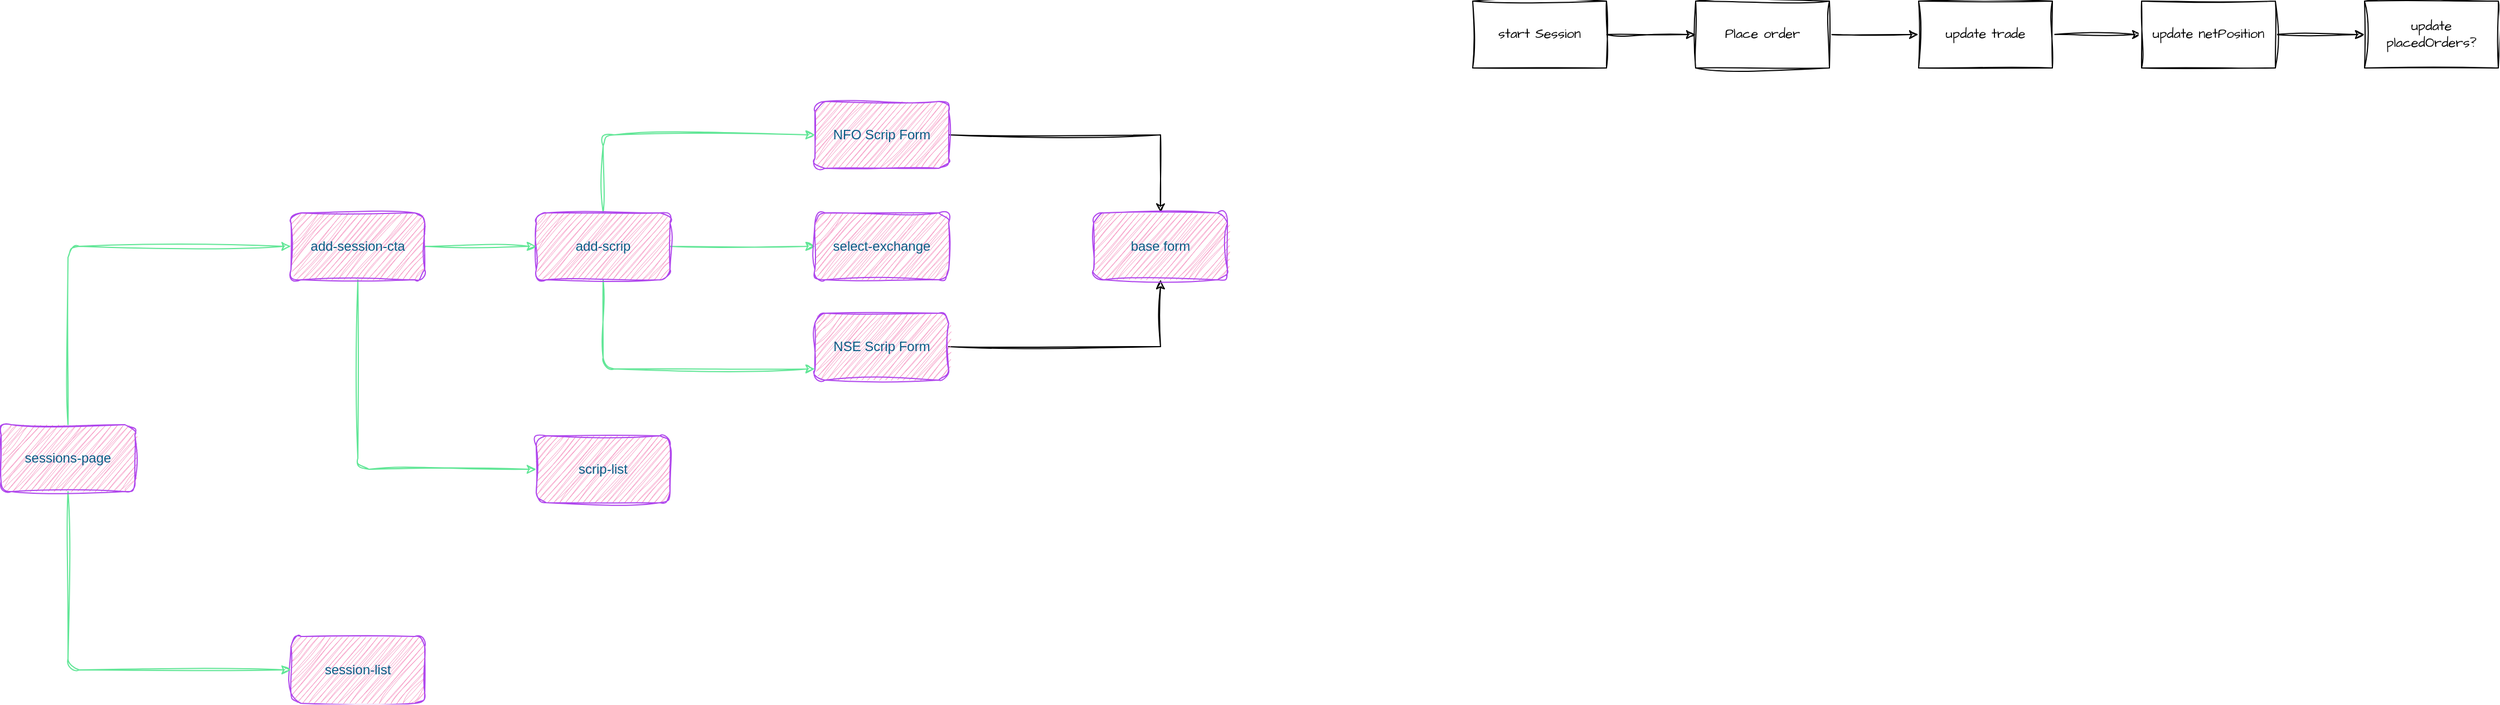
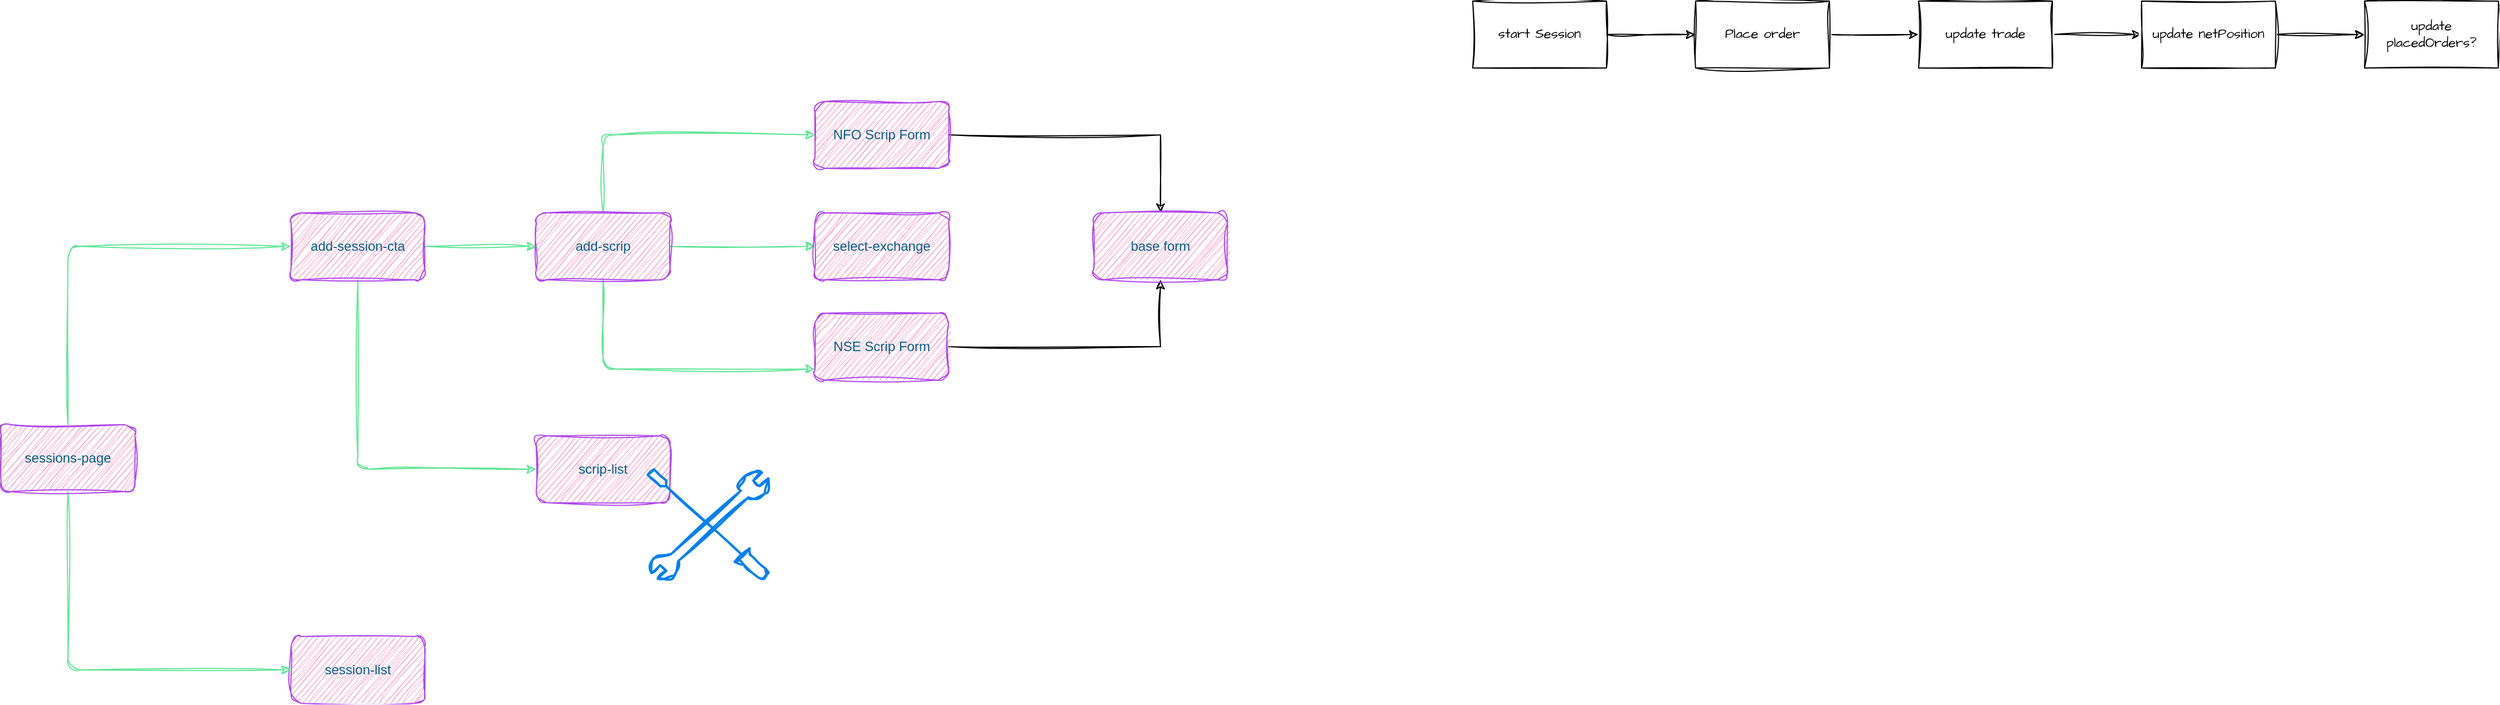
<mxfile host="app.diagrams.net" pages="5">
  <diagram id="wPQbEJP3DVO_ncDqMHqx" name="Sessions Page">
-     <mxGraphModel dx="2793" dy="1443" grid="1" gridSize="10" guides="1" tooltips="1" connect="1" arrows="1" fold="1" page="0" pageScale="1" pageWidth="402" pageHeight="874" math="0" shadow="0">
+     <mxGraphModel dx="2408" dy="1443" grid="1" gridSize="10" guides="1" tooltips="1" connect="1" arrows="1" fold="1" page="0" pageScale="1" pageWidth="402" pageHeight="874" math="0" shadow="0">
      <root>
        <mxCell id="0" />
        <mxCell id="1" parent="0" />
        <mxCell id="DB1AKVm6qyutKQlFYAWD-6" edge="1" parent="1" source="DB1AKVm6qyutKQlFYAWD-1" style="edgeStyle=orthogonalEdgeStyle;rounded=1;orthogonalLoop=1;jettySize=auto;html=1;sketch=1;curveFitting=1;jiggle=2;labelBackgroundColor=none;strokeColor=#60E696;fontColor=default;" target="DB1AKVm6qyutKQlFYAWD-5" value="">
          <mxGeometry relative="1" as="geometry" />
        </mxCell>
        <mxCell id="DB1AKVm6qyutKQlFYAWD-8" edge="1" parent="1" source="DB1AKVm6qyutKQlFYAWD-1" style="edgeStyle=orthogonalEdgeStyle;rounded=1;orthogonalLoop=1;jettySize=auto;html=1;sketch=1;curveFitting=1;jiggle=2;labelBackgroundColor=none;strokeColor=#60E696;fontColor=default;" target="DB1AKVm6qyutKQlFYAWD-7" value="">
          <mxGeometry relative="1" as="geometry">
            <Array as="points">
              <mxPoint x="120" y="270" />
            </Array>
          </mxGeometry>
        </mxCell>
        <mxCell id="DB1AKVm6qyutKQlFYAWD-10" edge="1" parent="1" source="DB1AKVm6qyutKQlFYAWD-1" style="edgeStyle=orthogonalEdgeStyle;rounded=1;orthogonalLoop=1;jettySize=auto;html=1;sketch=1;curveFitting=1;jiggle=2;labelBackgroundColor=none;strokeColor=#60E696;fontColor=default;" target="DB1AKVm6qyutKQlFYAWD-9" value="">
          <mxGeometry relative="1" as="geometry">
            <Array as="points">
              <mxPoint x="120" y="60" />
            </Array>
          </mxGeometry>
        </mxCell>
        <mxCell id="DB1AKVm6qyutKQlFYAWD-1" parent="1" style="rounded=1;whiteSpace=wrap;html=1;sketch=1;curveFitting=1;jiggle=2;labelBackgroundColor=none;fillColor=#F694C1;strokeColor=#AF45ED;fontColor=#095C86;" value="add-scrip" vertex="1">
          <mxGeometry height="60" width="120" x="60" y="130" as="geometry" />
        </mxCell>
        <mxCell id="DB1AKVm6qyutKQlFYAWD-4" edge="1" parent="1" source="DB1AKVm6qyutKQlFYAWD-3" style="edgeStyle=orthogonalEdgeStyle;rounded=1;orthogonalLoop=1;jettySize=auto;html=1;sketch=1;curveFitting=1;jiggle=2;labelBackgroundColor=none;strokeColor=#60E696;fontColor=default;" target="DB1AKVm6qyutKQlFYAWD-1" value="">
          <mxGeometry relative="1" as="geometry" />
        </mxCell>
        <mxCell id="DB1AKVm6qyutKQlFYAWD-12" edge="1" parent="1" source="DB1AKVm6qyutKQlFYAWD-3" style="edgeStyle=orthogonalEdgeStyle;rounded=1;orthogonalLoop=1;jettySize=auto;html=1;sketch=1;curveFitting=1;jiggle=2;labelBackgroundColor=none;strokeColor=#60E696;fontColor=default;" target="DB1AKVm6qyutKQlFYAWD-11" value="">
          <mxGeometry relative="1" as="geometry">
            <Array as="points">
              <mxPoint x="-100" y="360" />
            </Array>
          </mxGeometry>
        </mxCell>
        <mxCell id="DB1AKVm6qyutKQlFYAWD-3" parent="1" style="rounded=1;whiteSpace=wrap;html=1;sketch=1;curveFitting=1;jiggle=2;labelBackgroundColor=none;fillColor=#F694C1;strokeColor=#AF45ED;fontColor=#095C86;" value="add-session-cta" vertex="1">
          <mxGeometry height="60" width="120" x="-160" y="130" as="geometry" />
        </mxCell>
        <mxCell id="DB1AKVm6qyutKQlFYAWD-5" parent="1" style="whiteSpace=wrap;html=1;rounded=1;sketch=1;curveFitting=1;jiggle=2;labelBackgroundColor=none;fillColor=#F694C1;strokeColor=#AF45ED;fontColor=#095C86;" value="select-exchange" vertex="1">
          <mxGeometry height="60" width="120" x="310" y="130" as="geometry" />
        </mxCell>
        <mxCell id="ouMAoqMrmdJ_XqpmxOQB-3" edge="1" parent="1" source="DB1AKVm6qyutKQlFYAWD-7" style="edgeStyle=orthogonalEdgeStyle;rounded=0;sketch=1;hachureGap=4;jiggle=2;curveFitting=1;orthogonalLoop=1;jettySize=auto;html=1;fontFamily=Architects Daughter;fontSource=https%3A%2F%2Ffonts.googleapis.com%2Fcss%3Ffamily%3DArchitects%2BDaughter;" target="ouMAoqMrmdJ_XqpmxOQB-1">
          <mxGeometry relative="1" as="geometry" />
        </mxCell>
        <mxCell id="DB1AKVm6qyutKQlFYAWD-7" parent="1" style="whiteSpace=wrap;html=1;rounded=1;sketch=1;curveFitting=1;jiggle=2;labelBackgroundColor=none;fillColor=#F694C1;strokeColor=#AF45ED;fontColor=#095C86;" value="NSE Scrip Form" vertex="1">
          <mxGeometry height="60" width="120" x="310" y="220" as="geometry" />
        </mxCell>
        <mxCell id="ouMAoqMrmdJ_XqpmxOQB-2" edge="1" parent="1" source="DB1AKVm6qyutKQlFYAWD-9" style="edgeStyle=orthogonalEdgeStyle;rounded=0;sketch=1;hachureGap=4;jiggle=2;curveFitting=1;orthogonalLoop=1;jettySize=auto;html=1;fontFamily=Architects Daughter;fontSource=https%3A%2F%2Ffonts.googleapis.com%2Fcss%3Ffamily%3DArchitects%2BDaughter;" target="ouMAoqMrmdJ_XqpmxOQB-1" value="">
          <mxGeometry relative="1" as="geometry" />
        </mxCell>
        <mxCell id="DB1AKVm6qyutKQlFYAWD-9" parent="1" style="whiteSpace=wrap;html=1;rounded=1;sketch=1;curveFitting=1;jiggle=2;labelBackgroundColor=none;fillColor=#F694C1;strokeColor=#AF45ED;fontColor=#095C86;" value="NFO Scrip Form" vertex="1">
          <mxGeometry height="60" width="120" x="310" y="30" as="geometry" />
        </mxCell>
        <mxCell id="DB1AKVm6qyutKQlFYAWD-11" parent="1" style="whiteSpace=wrap;html=1;rounded=1;sketch=1;curveFitting=1;jiggle=2;labelBackgroundColor=none;fillColor=#F694C1;strokeColor=#AF45ED;fontColor=#095C86;" value="scrip-list" vertex="1">
          <mxGeometry height="60" width="120" x="60" y="330" as="geometry" />
        </mxCell>
        <mxCell id="DB1AKVm6qyutKQlFYAWD-13" parent="1" style="rounded=1;whiteSpace=wrap;html=1;sketch=1;curveFitting=1;jiggle=2;labelBackgroundColor=none;fillColor=#F694C1;strokeColor=#AF45ED;fontColor=#095C86;" value="session-list" vertex="1">
          <mxGeometry height="60" width="120" x="-160" y="510" as="geometry" />
        </mxCell>
        <mxCell id="DB1AKVm6qyutKQlFYAWD-15" edge="1" parent="1" source="DB1AKVm6qyutKQlFYAWD-14" style="edgeStyle=orthogonalEdgeStyle;rounded=1;sketch=1;hachureGap=4;jiggle=2;curveFitting=1;orthogonalLoop=1;jettySize=auto;html=1;entryX=0;entryY=0.5;entryDx=0;entryDy=0;strokeColor=#60E696;fontFamily=Architects Daughter;fontSource=https%3A%2F%2Ffonts.googleapis.com%2Fcss%3Ffamily%3DArchitects%2BDaughter;fontColor=#095C86;fillColor=#F694C1;" target="DB1AKVm6qyutKQlFYAWD-3">
          <mxGeometry relative="1" as="geometry">
            <Array as="points">
              <mxPoint x="-360" y="160" />
            </Array>
          </mxGeometry>
        </mxCell>
        <mxCell id="DB1AKVm6qyutKQlFYAWD-18" edge="1" parent="1" source="DB1AKVm6qyutKQlFYAWD-14" style="edgeStyle=orthogonalEdgeStyle;rounded=1;sketch=1;hachureGap=4;jiggle=2;curveFitting=1;orthogonalLoop=1;jettySize=auto;html=1;entryX=0;entryY=0.5;entryDx=0;entryDy=0;strokeColor=#60E696;fontFamily=Architects Daughter;fontSource=https%3A%2F%2Ffonts.googleapis.com%2Fcss%3Ffamily%3DArchitects%2BDaughter;fontColor=#095C86;fillColor=#F694C1;" target="DB1AKVm6qyutKQlFYAWD-13">
          <mxGeometry relative="1" as="geometry">
            <Array as="points">
              <mxPoint x="-360" y="540" />
            </Array>
          </mxGeometry>
        </mxCell>
        <mxCell id="DB1AKVm6qyutKQlFYAWD-14" parent="1" style="rounded=1;whiteSpace=wrap;html=1;sketch=1;curveFitting=1;jiggle=2;labelBackgroundColor=none;fillColor=#F694C1;strokeColor=#AF45ED;fontColor=#095C86;" value="sessions-page" vertex="1">
          <mxGeometry height="60" width="120" x="-420" y="320" as="geometry" />
        </mxCell>
        <mxCell id="ouMAoqMrmdJ_XqpmxOQB-1" parent="1" style="whiteSpace=wrap;html=1;fillColor=#F694C1;strokeColor=#AF45ED;fontColor=#095C86;rounded=1;sketch=1;curveFitting=1;jiggle=2;labelBackgroundColor=none;" value="base form" vertex="1">
          <mxGeometry height="60" width="120" x="560" y="130" as="geometry" />
        </mxCell>
        <mxCell id="ouMAoqMrmdJ_XqpmxOQB-6" edge="1" parent="1" source="ouMAoqMrmdJ_XqpmxOQB-4" style="edgeStyle=orthogonalEdgeStyle;rounded=0;sketch=1;hachureGap=4;jiggle=2;curveFitting=1;orthogonalLoop=1;jettySize=auto;html=1;fontFamily=Architects Daughter;fontSource=https%3A%2F%2Ffonts.googleapis.com%2Fcss%3Ffamily%3DArchitects%2BDaughter;" target="ouMAoqMrmdJ_XqpmxOQB-5" value="">
          <mxGeometry relative="1" as="geometry" />
        </mxCell>
        <mxCell id="ouMAoqMrmdJ_XqpmxOQB-4" parent="1" style="whiteSpace=wrap;html=1;sketch=1;hachureGap=4;jiggle=2;curveFitting=1;fontFamily=Architects Daughter;fontSource=https%3A%2F%2Ffonts.googleapis.com%2Fcss%3Ffamily%3DArchitects%2BDaughter;" value="start Session" vertex="1">
          <mxGeometry height="60" width="120" x="900" y="-60" as="geometry" />
        </mxCell>
        <mxCell id="ouMAoqMrmdJ_XqpmxOQB-8" edge="1" parent="1" source="ouMAoqMrmdJ_XqpmxOQB-5" style="edgeStyle=orthogonalEdgeStyle;rounded=0;sketch=1;hachureGap=4;jiggle=2;curveFitting=1;orthogonalLoop=1;jettySize=auto;html=1;fontFamily=Architects Daughter;fontSource=https%3A%2F%2Ffonts.googleapis.com%2Fcss%3Ffamily%3DArchitects%2BDaughter;" target="ouMAoqMrmdJ_XqpmxOQB-7" value="">
          <mxGeometry relative="1" as="geometry" />
        </mxCell>
        <mxCell id="ouMAoqMrmdJ_XqpmxOQB-5" parent="1" style="whiteSpace=wrap;html=1;fontFamily=Architects Daughter;sketch=1;hachureGap=4;jiggle=2;curveFitting=1;fontSource=https%3A%2F%2Ffonts.googleapis.com%2Fcss%3Ffamily%3DArchitects%2BDaughter;" value="Place order" vertex="1">
          <mxGeometry height="60" width="120" x="1100" y="-60" as="geometry" />
        </mxCell>
        <mxCell id="ouMAoqMrmdJ_XqpmxOQB-10" edge="1" parent="1" source="ouMAoqMrmdJ_XqpmxOQB-7" style="edgeStyle=orthogonalEdgeStyle;rounded=0;sketch=1;hachureGap=4;jiggle=2;curveFitting=1;orthogonalLoop=1;jettySize=auto;html=1;fontFamily=Architects Daughter;fontSource=https%3A%2F%2Ffonts.googleapis.com%2Fcss%3Ffamily%3DArchitects%2BDaughter;" target="ouMAoqMrmdJ_XqpmxOQB-9" value="">
          <mxGeometry relative="1" as="geometry" />
        </mxCell>
        <mxCell id="ouMAoqMrmdJ_XqpmxOQB-7" parent="1" style="whiteSpace=wrap;html=1;fontFamily=Architects Daughter;sketch=1;hachureGap=4;jiggle=2;curveFitting=1;fontSource=https%3A%2F%2Ffonts.googleapis.com%2Fcss%3Ffamily%3DArchitects%2BDaughter;" value="update trade" vertex="1">
          <mxGeometry height="60" width="120" x="1300" y="-60" as="geometry" />
        </mxCell>
        <mxCell id="ouMAoqMrmdJ_XqpmxOQB-12" edge="1" parent="1" source="ouMAoqMrmdJ_XqpmxOQB-9" style="edgeStyle=orthogonalEdgeStyle;rounded=0;sketch=1;hachureGap=4;jiggle=2;curveFitting=1;orthogonalLoop=1;jettySize=auto;html=1;fontFamily=Architects Daughter;fontSource=https%3A%2F%2Ffonts.googleapis.com%2Fcss%3Ffamily%3DArchitects%2BDaughter;" target="ouMAoqMrmdJ_XqpmxOQB-11" value="">
          <mxGeometry relative="1" as="geometry" />
        </mxCell>
        <mxCell id="ouMAoqMrmdJ_XqpmxOQB-9" parent="1" style="whiteSpace=wrap;html=1;fontFamily=Architects Daughter;sketch=1;hachureGap=4;jiggle=2;curveFitting=1;fontSource=https%3A%2F%2Ffonts.googleapis.com%2Fcss%3Ffamily%3DArchitects%2BDaughter;" value="update netPosition" vertex="1">
          <mxGeometry height="60" width="120" x="1500" y="-60" as="geometry" />
        </mxCell>
        <mxCell id="ouMAoqMrmdJ_XqpmxOQB-11" parent="1" style="whiteSpace=wrap;html=1;fontFamily=Architects Daughter;sketch=1;hachureGap=4;jiggle=2;curveFitting=1;fontSource=https%3A%2F%2Ffonts.googleapis.com%2Fcss%3Ffamily%3DArchitects%2BDaughter;" value="update placedOrders?" vertex="1">
          <mxGeometry height="60" width="120" x="1700" y="-60" as="geometry" />
        </mxCell>
+         <mxCell id="ouMAoqMrmdJ_XqpmxOQB-13" parent="1" style="html=1;verticalLabelPosition=bottom;align=center;labelBackgroundColor=#ffffff;verticalAlign=top;strokeWidth=2;strokeColor=#0080F0;shadow=0;dashed=0;shape=mxgraph.ios7.icons.tools;pointerEvents=1;sketch=1;hachureGap=4;jiggle=2;curveFitting=1;fontFamily=Architects Daughter;fontSource=https%3A%2F%2Ffonts.googleapis.com%2Fcss%3Ffamily%3DArchitects%2BDaughter;" value="" vertex="1">
+           <mxGeometry height="100" width="110" x="160" y="360" as="geometry" />
+         </mxCell>
      </root>
    </mxGraphModel>
  </diagram>
  <diagram id="YVkBlKKJ4RNEtawBKbZk" name="Session">
    <mxGraphModel dx="1357" dy="626" grid="1" gridSize="10" guides="1" tooltips="1" connect="1" arrows="1" fold="1" page="0" pageScale="1" pageWidth="402" pageHeight="874" math="0" shadow="0">
      <root>
        <mxCell id="0" />
        <mxCell id="1" parent="0" />
        <mxCell id="b8iQl_XISdQ6rZ6kNcMQ-3" edge="1" parent="1" source="b8iQl_XISdQ6rZ6kNcMQ-1" style="edgeStyle=orthogonalEdgeStyle;rounded=0;orthogonalLoop=1;jettySize=auto;html=1;" target="b8iQl_XISdQ6rZ6kNcMQ-2" value="">
          <mxGeometry relative="1" as="geometry" />
        </mxCell>
        <mxCell id="b8iQl_XISdQ6rZ6kNcMQ-1" parent="1" style="rounded=1;whiteSpace=wrap;html=1;" value="start session" vertex="1">
          <mxGeometry height="60" width="120" x="-200" y="80" as="geometry" />
        </mxCell>
        <mxCell id="b8iQl_XISdQ6rZ6kNcMQ-5" edge="1" parent="1" source="b8iQl_XISdQ6rZ6kNcMQ-2" style="edgeStyle=orthogonalEdgeStyle;rounded=0;orthogonalLoop=1;jettySize=auto;html=1;" target="b8iQl_XISdQ6rZ6kNcMQ-4" value="">
          <mxGeometry relative="1" as="geometry" />
        </mxCell>
        <mxCell id="b8iQl_XISdQ6rZ6kNcMQ-2" parent="1" style="whiteSpace=wrap;html=1;rounded=1;" value="place orders&amp;nbsp;&lt;br&gt;(all or none)" vertex="1">
          <mxGeometry height="60" width="120" y="80" as="geometry" />
        </mxCell>
        <mxCell id="b8iQl_XISdQ6rZ6kNcMQ-7" edge="1" parent="1" source="b8iQl_XISdQ6rZ6kNcMQ-4" style="edgeStyle=orthogonalEdgeStyle;rounded=0;orthogonalLoop=1;jettySize=auto;html=1;" target="b8iQl_XISdQ6rZ6kNcMQ-6" value="">
          <mxGeometry relative="1" as="geometry" />
        </mxCell>
        <mxCell id="b8iQl_XISdQ6rZ6kNcMQ-4" parent="1" style="whiteSpace=wrap;html=1;rounded=1;" value="update margins" vertex="1">
          <mxGeometry height="60" width="120" x="200" y="80" as="geometry" />
        </mxCell>
        <mxCell id="b8iQl_XISdQ6rZ6kNcMQ-6" parent="1" style="whiteSpace=wrap;html=1;rounded=1;" value="create session" vertex="1">
          <mxGeometry height="60" width="120" x="200" y="200" as="geometry" />
        </mxCell>
        <mxCell id="b8iQl_XISdQ6rZ6kNcMQ-8" parent="1" style="rounded=1;whiteSpace=wrap;html=1;fillColor=#fff2cc;strokeColor=#d6b656;" value="firebase" vertex="1">
          <mxGeometry height="40" width="80" x="300" y="190" as="geometry" />
        </mxCell>
        <mxCell id="b8iQl_XISdQ6rZ6kNcMQ-9" parent="1" style="rounded=1;whiteSpace=wrap;html=1;fillColor=#fff2cc;strokeColor=#d6b656;" value="kite" vertex="1">
          <mxGeometry height="40" width="80" x="80" y="50" as="geometry" />
        </mxCell>
        <mxCell id="b8iQl_XISdQ6rZ6kNcMQ-10" parent="1" style="rounded=1;whiteSpace=wrap;html=1;fillColor=#fff2cc;strokeColor=#d6b656;" value="firebase" vertex="1">
          <mxGeometry height="40" width="80" x="290" y="60" as="geometry" />
        </mxCell>
      </root>
    </mxGraphModel>
  </diagram>
  <diagram id="4KjMPYYtLXdBkkJX1B08" name="Auth">
    <mxGraphModel dx="1276" dy="835" grid="0" gridSize="10" guides="1" tooltips="1" connect="1" arrows="1" fold="1" page="0" pageScale="1" pageWidth="402" pageHeight="874" math="0" shadow="0">
      <root>
        <mxCell id="0" />
        <mxCell id="1" parent="0" />
        <mxCell id="pPH6oVQiPgVcm9OUePWL-3" edge="1" parent="1" source="pPH6oVQiPgVcm9OUePWL-1" style="edgeStyle=orthogonalEdgeStyle;rounded=0;orthogonalLoop=1;jettySize=auto;html=1;" target="pPH6oVQiPgVcm9OUePWL-2" value="">
          <mxGeometry relative="1" as="geometry" />
        </mxCell>
        <mxCell id="pPH6oVQiPgVcm9OUePWL-1" parent="1" style="rounded=1;whiteSpace=wrap;html=1;" value="User clicks &quot;Login&quot; Button" vertex="1">
          <mxGeometry height="60" width="120" x="23" y="101" as="geometry" />
        </mxCell>
        <mxCell id="pPH6oVQiPgVcm9OUePWL-5" edge="1" parent="1" source="pPH6oVQiPgVcm9OUePWL-2" style="edgeStyle=orthogonalEdgeStyle;rounded=0;orthogonalLoop=1;jettySize=auto;html=1;" target="pPH6oVQiPgVcm9OUePWL-4" value="">
          <mxGeometry relative="1" as="geometry" />
        </mxCell>
        <mxCell id="pPH6oVQiPgVcm9OUePWL-2" parent="1" style="whiteSpace=wrap;html=1;rounded=1;" value="Open the Login URL" vertex="1">
          <mxGeometry height="60" width="120" x="223" y="101" as="geometry" />
        </mxCell>
        <mxCell id="pPH6oVQiPgVcm9OUePWL-7" edge="1" parent="1" source="pPH6oVQiPgVcm9OUePWL-4" style="edgeStyle=orthogonalEdgeStyle;rounded=0;orthogonalLoop=1;jettySize=auto;html=1;" target="pPH6oVQiPgVcm9OUePWL-6" value="">
          <mxGeometry relative="1" as="geometry" />
        </mxCell>
        <mxCell id="pPH6oVQiPgVcm9OUePWL-4" parent="1" style="whiteSpace=wrap;html=1;rounded=1;" value="User logins to Zerodha" vertex="1">
          <mxGeometry height="60" width="120" x="423" y="101" as="geometry" />
        </mxCell>
        <mxCell id="pPH6oVQiPgVcm9OUePWL-9" edge="1" parent="1" source="pPH6oVQiPgVcm9OUePWL-6" style="edgeStyle=orthogonalEdgeStyle;rounded=0;orthogonalLoop=1;jettySize=auto;html=1;" target="pPH6oVQiPgVcm9OUePWL-8" value="">
          <mxGeometry relative="1" as="geometry" />
        </mxCell>
        <mxCell id="pPH6oVQiPgVcm9OUePWL-6" parent="1" style="whiteSpace=wrap;html=1;rounded=1;" value="Redirected to callback URL with request_token&lt;br&gt;&lt;b&gt;http://localhost:3000/api/auth/kite/callback&lt;/b&gt;" vertex="1">
          <mxGeometry height="60" width="262" x="352" y="244" as="geometry" />
        </mxCell>
        <mxCell id="pPH6oVQiPgVcm9OUePWL-13" edge="1" parent="1" source="pPH6oVQiPgVcm9OUePWL-8" style="edgeStyle=orthogonalEdgeStyle;rounded=0;orthogonalLoop=1;jettySize=auto;html=1;" target="pPH6oVQiPgVcm9OUePWL-12" value="">
          <mxGeometry relative="1" as="geometry" />
        </mxCell>
        <mxCell id="pPH6oVQiPgVcm9OUePWL-8" parent="1" style="whiteSpace=wrap;html=1;rounded=1;" value="In loader for this route, generate the session" vertex="1">
          <mxGeometry height="60" width="120" x="17" y="244" as="geometry" />
        </mxCell>
        <mxCell id="pPH6oVQiPgVcm9OUePWL-15" edge="1" parent="1" source="pPH6oVQiPgVcm9OUePWL-12" style="edgeStyle=orthogonalEdgeStyle;rounded=0;orthogonalLoop=1;jettySize=auto;html=1;" target="pPH6oVQiPgVcm9OUePWL-14" value="">
          <mxGeometry relative="1" as="geometry" />
        </mxCell>
        <mxCell id="pPH6oVQiPgVcm9OUePWL-12" parent="1" style="whiteSpace=wrap;html=1;rounded=1;" value="Serialize and save the access token in cookie" vertex="1">
          <mxGeometry height="60" width="120" x="17" y="384" as="geometry" />
        </mxCell>
        <mxCell id="pPH6oVQiPgVcm9OUePWL-17" edge="1" parent="1" source="pPH6oVQiPgVcm9OUePWL-14" style="edgeStyle=orthogonalEdgeStyle;rounded=0;orthogonalLoop=1;jettySize=auto;html=1;" target="pPH6oVQiPgVcm9OUePWL-16" value="">
          <mxGeometry relative="1" as="geometry" />
        </mxCell>
        <mxCell id="pPH6oVQiPgVcm9OUePWL-14" parent="1" style="whiteSpace=wrap;html=1;rounded=1;" value="redirect to /dashboard" vertex="1">
          <mxGeometry height="60" width="120" x="217" y="384" as="geometry" />
        </mxCell>
        <mxCell id="pPH6oVQiPgVcm9OUePWL-19" edge="1" parent="1" source="pPH6oVQiPgVcm9OUePWL-16" style="edgeStyle=orthogonalEdgeStyle;rounded=0;orthogonalLoop=1;jettySize=auto;html=1;" target="pPH6oVQiPgVcm9OUePWL-18" value="">
          <mxGeometry relative="1" as="geometry" />
        </mxCell>
        <mxCell id="pPH6oVQiPgVcm9OUePWL-16" parent="1" style="whiteSpace=wrap;html=1;rounded=1;" value="in dashboard loader, get the access token from the cookie and send it to client" vertex="1">
          <mxGeometry height="60" width="120" x="417" y="384" as="geometry" />
        </mxCell>
        <mxCell id="pPH6oVQiPgVcm9OUePWL-21" edge="1" parent="1" source="pPH6oVQiPgVcm9OUePWL-18" style="edgeStyle=orthogonalEdgeStyle;rounded=0;orthogonalLoop=1;jettySize=auto;html=1;" target="pPH6oVQiPgVcm9OUePWL-20" value="">
          <mxGeometry relative="1" as="geometry" />
        </mxCell>
        <mxCell id="pPH6oVQiPgVcm9OUePWL-18" parent="1" style="whiteSpace=wrap;html=1;rounded=1;" value="front-end creates the kc client with api_key and access_token.&amp;nbsp;&amp;nbsp;" vertex="1">
          <mxGeometry height="60" width="120" x="617" y="384" as="geometry" />
        </mxCell>
        <mxCell id="pPH6oVQiPgVcm9OUePWL-20" parent="1" style="whiteSpace=wrap;html=1;rounded=1;" value="use kc client for calling Kite APIs" vertex="1">
          <mxGeometry height="60" width="120" x="617" y="524" as="geometry" />
        </mxCell>
      </root>
    </mxGraphModel>
  </diagram>
  <diagram name="UI/UX" id="5MV4RERJIjpIYta4IkZD">
    <mxGraphModel dx="3134" dy="2189" grid="0" gridSize="10" guides="1" tooltips="1" connect="1" arrows="1" fold="1" page="0" pageScale="1" pageWidth="402" pageHeight="874" background="#ffffff" math="0" shadow="0">
      <root>
        <mxCell id="0" />
        <mxCell id="1" parent="0" />
        <mxCell id="ExlUUjPYo0Ii6ma58Pc_-14" parent="1" style="rounded=1;whiteSpace=wrap;html=1;" value="" vertex="1">
          <mxGeometry height="321" width="1097" x="-296" y="-20" as="geometry" />
        </mxCell>
        <mxCell id="ExlUUjPYo0Ii6ma58Pc_-13" parent="1" style="rounded=1;whiteSpace=wrap;html=1;" value="" vertex="1">
          <mxGeometry height="321" width="1097" x="-287" y="732" as="geometry" />
        </mxCell>
        <mxCell id="iMmVTYed4h1aN_pzg3ix-1" parent="1" style="text;html=1;whiteSpace=wrap;strokeColor=none;fillColor=none;align=center;verticalAlign=middle;rounded=0;fontStyle=1;fontSize=48;fontColor=light-dark(#7a7978, #ededed);" value="Net Qty." vertex="1">
          <mxGeometry height="59" width="60" x="-120" y="72" as="geometry" />
        </mxCell>
        <mxCell id="iMmVTYed4h1aN_pzg3ix-2" parent="1" style="text;html=1;whiteSpace=wrap;strokeColor=none;fillColor=none;align=center;verticalAlign=middle;rounded=0;fontStyle=1;fontSize=48;fontColor=light-dark(#7a7978, #ededed);" value="AVG. PRICE" vertex="1">
          <mxGeometry height="59" width="60" x="149" y="61" as="geometry" />
        </mxCell>
        <mxCell id="iMmVTYed4h1aN_pzg3ix-3" parent="1" style="text;html=1;whiteSpace=wrap;strokeColor=none;fillColor=none;align=center;verticalAlign=middle;rounded=0;fontStyle=1;fontSize=48;fontColor=light-dark(#7a7978, #ededed);" value="LTP" vertex="1">
          <mxGeometry height="59" width="60" x="418" y="61" as="geometry" />
        </mxCell>
        <mxCell id="iMmVTYed4h1aN_pzg3ix-4" parent="1" style="text;html=1;whiteSpace=wrap;strokeColor=none;fillColor=none;align=center;verticalAlign=middle;rounded=0;fontStyle=1;fontSize=48;fontColor=light-dark(#7a7978, #ededed);" value="PnL" vertex="1">
          <mxGeometry height="59" width="60" x="687" y="61" as="geometry" />
        </mxCell>
        <mxCell id="iMmVTYed4h1aN_pzg3ix-5" parent="1" style="text;html=1;whiteSpace=wrap;strokeColor=none;fillColor=none;align=center;verticalAlign=middle;rounded=0;fontSize=36;fontStyle=1" value="100" vertex="1">
          <mxGeometry height="30" width="60" x="-120" y="211" as="geometry" />
        </mxCell>
        <mxCell id="iMmVTYed4h1aN_pzg3ix-6" parent="1" style="text;html=1;whiteSpace=wrap;strokeColor=none;fillColor=none;align=center;verticalAlign=middle;rounded=0;fontSize=36;fontStyle=1" value="36.40" vertex="1">
          <mxGeometry height="30" width="60" x="149" y="211" as="geometry" />
        </mxCell>
        <mxCell id="iMmVTYed4h1aN_pzg3ix-7" parent="1" style="text;html=1;whiteSpace=wrap;strokeColor=none;fillColor=none;align=center;verticalAlign=middle;rounded=0;fontSize=36;fontStyle=1" value="37.45" vertex="1">
          <mxGeometry height="30" width="60" x="418" y="211" as="geometry" />
        </mxCell>
        <mxCell id="iMmVTYed4h1aN_pzg3ix-8" parent="1" style="text;html=1;whiteSpace=wrap;strokeColor=none;fillColor=none;align=center;verticalAlign=middle;rounded=0;fontSize=36;fontStyle=1" value="100" vertex="1">
          <mxGeometry height="30" width="60" x="687" y="211" as="geometry" />
        </mxCell>
        <mxCell id="7si3vGMUa6yKKs87A3T9-2" edge="1" parent="1" source="7si3vGMUa6yKKs87A3T9-1" style="edgeStyle=orthogonalEdgeStyle;rounded=0;orthogonalLoop=1;jettySize=auto;html=1;exitX=0.5;exitY=0;exitDx=0;exitDy=0;entryX=0;entryY=0.5;entryDx=0;entryDy=0;" target="iMmVTYed4h1aN_pzg3ix-5">
          <mxGeometry relative="1" as="geometry">
            <Array as="points">
              <mxPoint x="-283" y="227" />
              <mxPoint x="-139" y="227" />
            </Array>
            <mxPoint x="-139.09090909090924" y="259.27272727272725" as="targetPoint" />
          </mxGeometry>
        </mxCell>
        <mxCell id="7si3vGMUa6yKKs87A3T9-1" parent="1" style="text;html=1;whiteSpace=wrap;strokeColor=none;fillColor=none;align=center;verticalAlign=middle;rounded=0;fontStyle=1" value="Red color if negative, blue color if positive" vertex="1">
          <mxGeometry height="70" width="129" x="-347" y="453" as="geometry" />
        </mxCell>
        <mxCell id="7si3vGMUa6yKKs87A3T9-4" edge="1" parent="1" source="7si3vGMUa6yKKs87A3T9-3" style="edgeStyle=orthogonalEdgeStyle;rounded=0;orthogonalLoop=1;jettySize=auto;html=1;entryX=0.5;entryY=1;entryDx=0;entryDy=0;" target="iMmVTYed4h1aN_pzg3ix-8">
          <mxGeometry relative="1" as="geometry" />
        </mxCell>
        <mxCell id="7si3vGMUa6yKKs87A3T9-3" parent="1" style="text;html=1;whiteSpace=wrap;strokeColor=none;fillColor=none;align=center;verticalAlign=middle;rounded=0;fontStyle=1" value="Red color if negative, blue color if positive" vertex="1">
          <mxGeometry height="70" width="129" x="681" y="398" as="geometry" />
        </mxCell>
        <mxCell id="7si3vGMUa6yKKs87A3T9-5" parent="1" style="text;html=1;whiteSpace=wrap;strokeColor=none;fillColor=none;align=center;verticalAlign=middle;rounded=0;" value="Will receive the following props:&lt;br&gt;netQuantity: number;&lt;br&gt;&lt;div&gt;averagePrice: number&lt;/div&gt;&lt;div&gt;ltp: number;&lt;/div&gt;" vertex="1">
          <mxGeometry height="101" width="203" x="-25" y="355" as="geometry" />
        </mxCell>
        <mxCell id="7si3vGMUa6yKKs87A3T9-6" parent="1" style="text;html=1;whiteSpace=wrap;strokeColor=none;fillColor=none;align=center;verticalAlign=middle;rounded=0;" value="PnL needs to be calculated by the component" vertex="1">
          <mxGeometry height="101" width="203" x="-21" y="482" as="geometry" />
        </mxCell>
        <mxCell id="7si3vGMUa6yKKs87A3T9-7" parent="1" style="text;html=1;whiteSpace=wrap;strokeColor=none;fillColor=none;align=center;verticalAlign=middle;rounded=0;fontStyle=1;fontSize=48;fontColor=light-dark(#7a7978, #ededed);" value="Net Qty." vertex="1">
          <mxGeometry height="59" width="60" x="-186" y="816" as="geometry" />
        </mxCell>
        <mxCell id="7si3vGMUa6yKKs87A3T9-8" parent="1" style="text;html=1;whiteSpace=wrap;strokeColor=none;fillColor=none;align=center;verticalAlign=middle;rounded=0;fontStyle=1;fontSize=48;fontColor=light-dark(#7a7978, #ededed);" value="AVG. PRICE" vertex="1">
          <mxGeometry height="59" width="60" x="83" y="805" as="geometry" />
        </mxCell>
        <mxCell id="7si3vGMUa6yKKs87A3T9-9" parent="1" style="text;html=1;whiteSpace=wrap;strokeColor=none;fillColor=none;align=center;verticalAlign=middle;rounded=0;fontStyle=1;fontSize=48;fontColor=light-dark(#7a7978, #ededed);" value="LTP" vertex="1">
          <mxGeometry height="59" width="60" x="352" y="805" as="geometry" />
        </mxCell>
        <mxCell id="7si3vGMUa6yKKs87A3T9-10" parent="1" style="text;html=1;whiteSpace=wrap;strokeColor=none;fillColor=none;align=center;verticalAlign=middle;rounded=0;fontStyle=1;fontSize=48;fontColor=light-dark(#7a7978, #ededed);" value="PnL" vertex="1">
          <mxGeometry height="59" width="60" x="621" y="805" as="geometry" />
        </mxCell>
        <mxCell id="7si3vGMUa6yKKs87A3T9-11" parent="1" style="text;html=1;whiteSpace=wrap;strokeColor=none;fillColor=none;align=center;verticalAlign=middle;rounded=0;fontSize=18;fontStyle=1" value="{props.netQuantity}" vertex="1">
          <mxGeometry height="30" width="60" x="-186" y="955" as="geometry" />
        </mxCell>
        <mxCell id="7si3vGMUa6yKKs87A3T9-12" parent="1" style="text;html=1;whiteSpace=wrap;strokeColor=none;fillColor=none;align=center;verticalAlign=middle;rounded=0;fontSize=18;fontStyle=1" value="&lt;div&gt;{props.averagePrice}&lt;/div&gt;" vertex="1">
          <mxGeometry height="30" width="60" x="83" y="955" as="geometry" />
        </mxCell>
        <mxCell id="7si3vGMUa6yKKs87A3T9-13" parent="1" style="text;html=1;whiteSpace=wrap;strokeColor=none;fillColor=none;align=center;verticalAlign=middle;rounded=0;fontSize=18;fontStyle=1" value="{props.ltp}" vertex="1">
          <mxGeometry height="30" width="60" x="352" y="955" as="geometry" />
        </mxCell>
        <mxCell id="7si3vGMUa6yKKs87A3T9-14" parent="1" style="text;html=1;whiteSpace=wrap;strokeColor=none;fillColor=none;align=center;verticalAlign=middle;rounded=0;fontSize=18;fontStyle=1" value="{pnl}" vertex="1">
          <mxGeometry height="30" width="60" x="621" y="955" as="geometry" />
        </mxCell>
        <mxCell id="ExlUUjPYo0Ii6ma58Pc_-1" parent="1" style="rounded=1;whiteSpace=wrap;html=1;" value="" vertex="1">
          <mxGeometry height="321" width="1253" x="-202" y="1234" as="geometry" />
        </mxCell>
        <mxCell id="ExlUUjPYo0Ii6ma58Pc_-2" parent="1" style="text;html=1;whiteSpace=wrap;strokeColor=none;fillColor=none;align=center;verticalAlign=middle;rounded=0;fontStyle=1;fontSize=48;fontColor=light-dark(#7a7978, #ededed);" value="Total Margin" vertex="1">
          <mxGeometry height="59" width="168" x="-154" y="1292" as="geometry" />
        </mxCell>
        <mxCell id="ExlUUjPYo0Ii6ma58Pc_-3" parent="1" style="text;html=1;whiteSpace=wrap;strokeColor=none;fillColor=none;align=center;verticalAlign=middle;rounded=0;fontStyle=1;fontSize=48;fontColor=light-dark(#7a7978, #ededed);" value="Utilized Margin" vertex="1">
          <mxGeometry height="59" width="168" x="330" y="1295" as="geometry" />
        </mxCell>
        <mxCell id="ExlUUjPYo0Ii6ma58Pc_-4" parent="1" style="text;html=1;whiteSpace=wrap;strokeColor=none;fillColor=none;align=center;verticalAlign=middle;rounded=0;fontStyle=1;fontSize=48;fontColor=light-dark(#7a7978, #ededed);" value="Net Margin" vertex="1">
          <mxGeometry height="59" width="168" x="813" y="1289" as="geometry" />
        </mxCell>
        <mxCell id="ExlUUjPYo0Ii6ma58Pc_-5" parent="1" style="text;html=1;whiteSpace=wrap;strokeColor=none;fillColor=none;align=center;verticalAlign=middle;rounded=0;fontSize=42;" value="₹2000" vertex="1">
          <mxGeometry height="30" width="60" x="-100" y="1412" as="geometry" />
        </mxCell>
        <mxCell id="ExlUUjPYo0Ii6ma58Pc_-7" parent="1" style="text;html=1;whiteSpace=wrap;strokeColor=none;fillColor=none;align=center;verticalAlign=middle;rounded=0;fontSize=42;" value="₹200" vertex="1">
          <mxGeometry height="30" width="60" x="384" y="1412" as="geometry" />
        </mxCell>
        <mxCell id="ExlUUjPYo0Ii6ma58Pc_-8" parent="1" style="text;html=1;whiteSpace=wrap;strokeColor=none;fillColor=none;align=center;verticalAlign=middle;rounded=0;fontSize=42;" value="₹1800" vertex="1">
          <mxGeometry height="30" width="60" x="867" y="1412" as="geometry" />
        </mxCell>
        <mxCell id="ExlUUjPYo0Ii6ma58Pc_-9" parent="1" style="html=1;shadow=0;dashed=0;shape=mxgraph.bootstrap.rrect;rSize=5;fillColor=#E9ECEF;strokeColor=none;" value="" vertex="1">
          <mxGeometry height="20" width="800" x="24.5" y="1507" as="geometry" />
        </mxCell>
        <mxCell id="ExlUUjPYo0Ii6ma58Pc_-10" parent="ExlUUjPYo0Ii6ma58Pc_-9" style="html=1;shadow=0;dashed=0;shape=mxgraph.bootstrap.leftButton;rSize=5;fillColor=#1CA5B8;strokeColor=none;resizeHeight=1;" value="" vertex="1">
          <mxGeometry height="20" relative="1" width="250" as="geometry" />
        </mxCell>
        <mxCell id="ExlUUjPYo0Ii6ma58Pc_-11" parent="1" style="text;html=1;whiteSpace=wrap;strokeColor=none;fillColor=none;align=center;verticalAlign=middle;rounded=0;fontSize=24;" value="The max value on the progress bar is the total margin and the filled in part is the utilized margin" vertex="1">
          <mxGeometry height="92" width="269" x="175" y="1620" as="geometry" />
        </mxCell>
        <mxCell id="ExlUUjPYo0Ii6ma58Pc_-12" edge="1" parent="1" source="ExlUUjPYo0Ii6ma58Pc_-11" style="edgeStyle=orthogonalEdgeStyle;rounded=0;orthogonalLoop=1;jettySize=auto;html=1;exitX=0.5;exitY=0;exitDx=0;exitDy=0;entryX=0.412;entryY=0.999;entryDx=0;entryDy=0;entryPerimeter=0;" target="ExlUUjPYo0Ii6ma58Pc_-1">
          <mxGeometry relative="1" as="geometry" />
        </mxCell>
      </root>
    </mxGraphModel>
  </diagram>
  <diagram id="dmkDPsUycKQvBsQ4H3Di" name="Kite-Fly-Ticker-Architecture">
    <mxGraphModel dx="1357" dy="626" grid="0" gridSize="10" guides="1" tooltips="1" connect="1" arrows="1" fold="1" page="0" pageScale="1" pageWidth="402" pageHeight="874" math="0" shadow="0">
      <root>
        <mxCell id="0" />
        <mxCell id="1" parent="0" />
        <mxCell id="FDZGNOtkY16CQce4NqAR-3" edge="1" parent="1" source="FDZGNOtkY16CQce4NqAR-1" style="edgeStyle=orthogonalEdgeStyle;rounded=0;orthogonalLoop=1;jettySize=auto;html=1;" target="FDZGNOtkY16CQce4NqAR-2" value="">
          <mxGeometry relative="1" as="geometry" />
        </mxCell>
        <mxCell id="FDZGNOtkY16CQce4NqAR-1" parent="1" style="rounded=1;whiteSpace=wrap;html=1;" value="Client posts a request - for example:&lt;br&gt;&lt;div&gt;&lt;br&gt;&lt;/div&gt;&lt;br&gt;&lt;div&gt;fetch(&quot;http://localhost:3000/api/ltp&quot;, () =&amp;gt; {&lt;/div&gt;&lt;div&gt;method: &quot;POST&quot;,&lt;/div&gt;&lt;div&gt;body: JSON.stringify({&lt;/div&gt;&lt;div&gt;instrument: &quot;WIPRO&quot;,&lt;br&gt;ltp: 128.10&lt;/div&gt;&lt;div&gt;})&lt;/div&gt;&lt;div&gt;})&lt;br&gt;&lt;br&gt;The call is made from another site - for ex. https://kite.zerodha.com&lt;/div&gt;" vertex="1">
          <mxGeometry height="236" width="345" x="-33" y="45" as="geometry" />
        </mxCell>
        <mxCell id="FDZGNOtkY16CQce4NqAR-5" edge="1" parent="1" source="FDZGNOtkY16CQce4NqAR-2" style="edgeStyle=orthogonalEdgeStyle;rounded=0;orthogonalLoop=1;jettySize=auto;html=1;" target="FDZGNOtkY16CQce4NqAR-4" value="">
          <mxGeometry relative="1" as="geometry" />
        </mxCell>
        <mxCell id="FDZGNOtkY16CQce4NqAR-2" parent="1" style="whiteSpace=wrap;html=1;rounded=1;" value="SERVER" vertex="1">
          <mxGeometry height="60" width="120" x="504.5" y="98.5" as="geometry" />
        </mxCell>
        <mxCell id="FDZGNOtkY16CQce4NqAR-8" edge="1" parent="1" source="FDZGNOtkY16CQce4NqAR-4" style="edgeStyle=orthogonalEdgeStyle;rounded=0;orthogonalLoop=1;jettySize=auto;html=1;exitX=0.75;exitY=1;exitDx=0;exitDy=0;entryX=1;entryY=0.75;entryDx=0;entryDy=0;" target="FDZGNOtkY16CQce4NqAR-6">
          <mxGeometry relative="1" as="geometry" />
        </mxCell>
        <mxCell id="FDZGNOtkY16CQce4NqAR-4" parent="1" style="whiteSpace=wrap;html=1;rounded=1;" value="Websocket" vertex="1">
          <mxGeometry height="60" width="120" x="504.5" y="265" as="geometry" />
        </mxCell>
        <mxCell id="FDZGNOtkY16CQce4NqAR-7" edge="1" parent="1" source="FDZGNOtkY16CQce4NqAR-6" style="edgeStyle=orthogonalEdgeStyle;rounded=0;orthogonalLoop=1;jettySize=auto;html=1;entryX=0.5;entryY=1;entryDx=0;entryDy=0;" target="FDZGNOtkY16CQce4NqAR-4">
          <mxGeometry relative="1" as="geometry" />
        </mxCell>
        <mxCell id="FDZGNOtkY16CQce4NqAR-6" parent="1" style="rounded=1;whiteSpace=wrap;html=1;" value="On another client,&lt;div&gt;new Websocket()&lt;/div&gt;// receive the data which is sent from /api/ltp" vertex="1">
          <mxGeometry height="167" width="345" x="1" y="392" as="geometry" />
        </mxCell>
      </root>
    </mxGraphModel>
  </diagram>
</mxfile>
